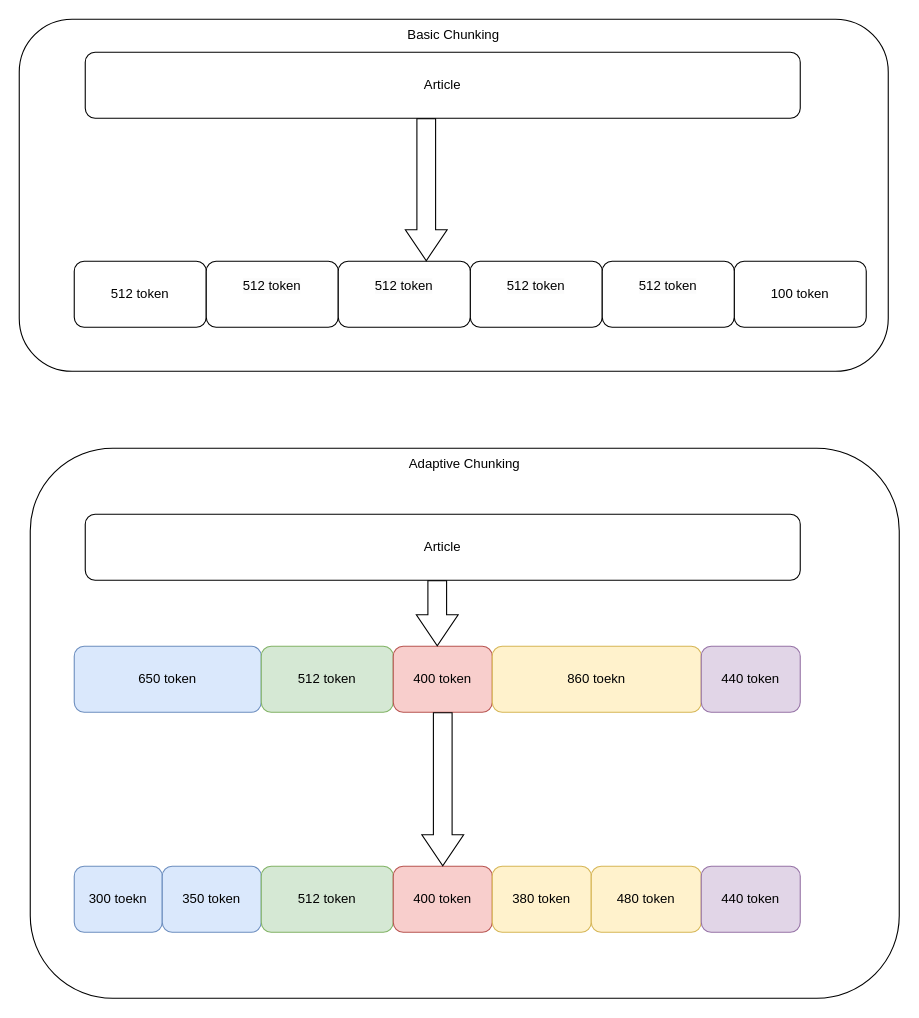
Earlier version of the draw.io diagram LLM/chunk.drawio (Ice-YcY/Diagram). Source tidied: cells renumbered, new cells numbered last; positions are measured from the earlier drawing's top-left corner, leaving out a move shared by most shapes. Both pictures are drawn from the tidied source at 110%, with x=0, y=0 at pixel (19, 19).
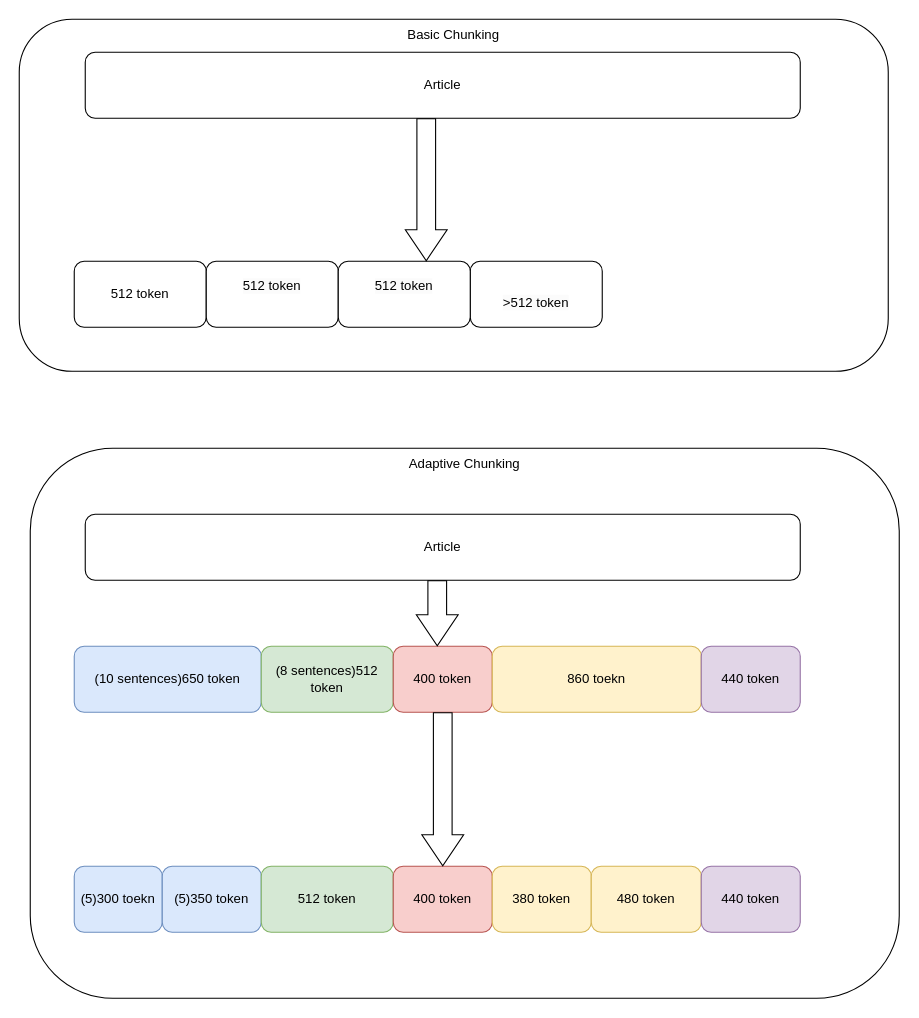
After the change.

What changed in the source:
```diff
@@
-    <mxCell id="4" value="&#10;&lt;span style=&quot;color: rgb(0, 0, 0); font-family: Helvetica; font-size: 12px; font-style: normal; font-variant-ligatures: normal; font-variant-caps: normal; font-weight: 400; letter-spacing: normal; orphans: 2; text-align: center; text-indent: 0px; text-transform: none; widows: 2; word-spacing: 0px; -webkit-text-stroke-width: 0px; background-color: rgb(251, 251, 251); text-decoration-thickness: initial; text-decoration-style: initial; text-decoration-color: initial; float: none; display: inline !important;&quot;&gt;512 token&lt;/span&gt;&#10;&#10;" style="rounded=1;whiteSpace=wrap;html=1;" parent="1" vertex="1">
+    <mxCell id="4" value="&lt;br&gt;&lt;span style=&quot;color: rgb(0, 0, 0); font-family: Helvetica; font-size: 12px; font-style: normal; font-variant-ligatures: normal; font-variant-caps: normal; font-weight: 400; letter-spacing: normal; orphans: 2; text-align: center; text-indent: 0px; text-transform: none; widows: 2; word-spacing: 0px; -webkit-text-stroke-width: 0px; background-color: rgb(251, 251, 251); text-decoration-thickness: initial; text-decoration-style: initial; text-decoration-color: initial; float: none; display: inline !important;&quot;&gt;&amp;gt;512 token&lt;/span&gt;&lt;br&gt;" style="rounded=1;whiteSpace=wrap;html=1;" parent="1" vertex="1">
       <mxGeometry x="410" y="220" width="120" height="60" as="geometry" />
     </mxCell>
@@
-    <mxCell id="8" value="100 token" style="rounded=1;whiteSpace=wrap;html=1;" parent="1" vertex="1">
-      <mxGeometry x="650" y="220" width="120" height="60" as="geometry" />
-    </mxCell>
-    <mxCell id="9" value="300 toekn" style="rounded=1;whiteSpace=wrap;html=1;fillColor=#dae8fc;strokeColor=#6c8ebf;" parent="1" vertex="1">
+    <mxCell id="9" value="(5)300 toekn" style="rounded=1;whiteSpace=wrap;html=1;fillColor=#dae8fc;strokeColor=#6c8ebf;" parent="1" vertex="1">
       <mxGeometry x="50" y="770" width="80" height="60" as="geometry" />
     </mxCell>
-    <mxCell id="10" value="&#10;&lt;span style=&quot;color: rgb(0, 0, 0); font-family: Helvetica; font-size: 12px; font-style: normal; font-variant-ligatures: normal; font-variant-caps: normal; font-weight: 400; letter-spacing: normal; orphans: 2; text-align: center; text-indent: 0px; text-transform: none; widows: 2; word-spacing: 0px; -webkit-text-stroke-width: 0px; background-color: rgb(251, 251, 251); text-decoration-thickness: initial; text-decoration-style: initial; text-decoration-color: initial; float: none; display: inline !important;&quot;&gt;512 token&lt;/span&gt;&#10;&#10;" style="rounded=1;whiteSpace=wrap;html=1;" parent="1" vertex="1">
-      <mxGeometry x="530" y="220" width="120" height="60" as="geometry" />
-    </mxCell>
-    <mxCell id="11" value="350 token" style="rounded=1;whiteSpace=wrap;html=1;fillColor=#dae8fc;strokeColor=#6c8ebf;" parent="1" vertex="1">
+    <mxCell id="11" value="(5)350 token" style="rounded=1;whiteSpace=wrap;html=1;fillColor=#dae8fc;strokeColor=#6c8ebf;" parent="1" vertex="1">
       <mxGeometry x="130" y="770" width="90" height="60" as="geometry" />
     </mxCell>
@@
-    <mxCell id="17" value="650 token" style="rounded=1;whiteSpace=wrap;html=1;fillColor=#dae8fc;strokeColor=#6c8ebf;" parent="1" vertex="1">
+    <mxCell id="17" value="(10 sentences)650 token" style="rounded=1;whiteSpace=wrap;html=1;fillColor=#dae8fc;strokeColor=#6c8ebf;" parent="1" vertex="1">
       <mxGeometry x="50" y="570" width="170" height="60" as="geometry" />
     </mxCell>
-    <mxCell id="18" value="512 token" style="rounded=1;whiteSpace=wrap;html=1;fillColor=#d5e8d4;strokeColor=#82b366;" parent="1" vertex="1">
+    <mxCell id="18" value="(8 sentences)512 token" style="rounded=1;whiteSpace=wrap;html=1;fillColor=#d5e8d4;strokeColor=#82b366;" parent="1" vertex="1">
       <mxGeometry x="220" y="570" width="120" height="60" as="geometry" />
     </mxCell>
```
